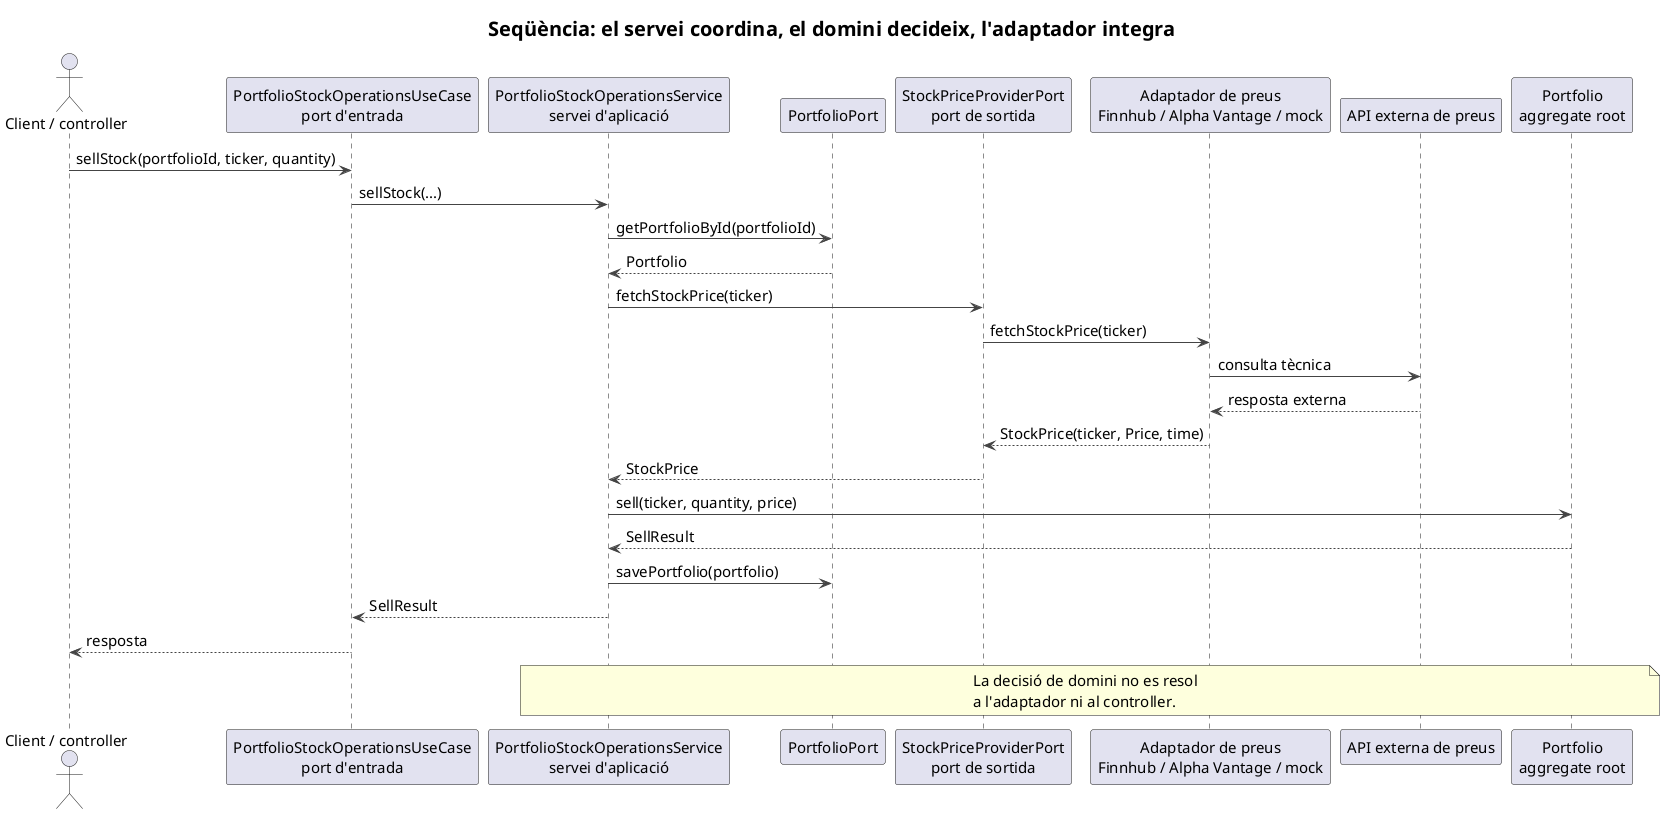
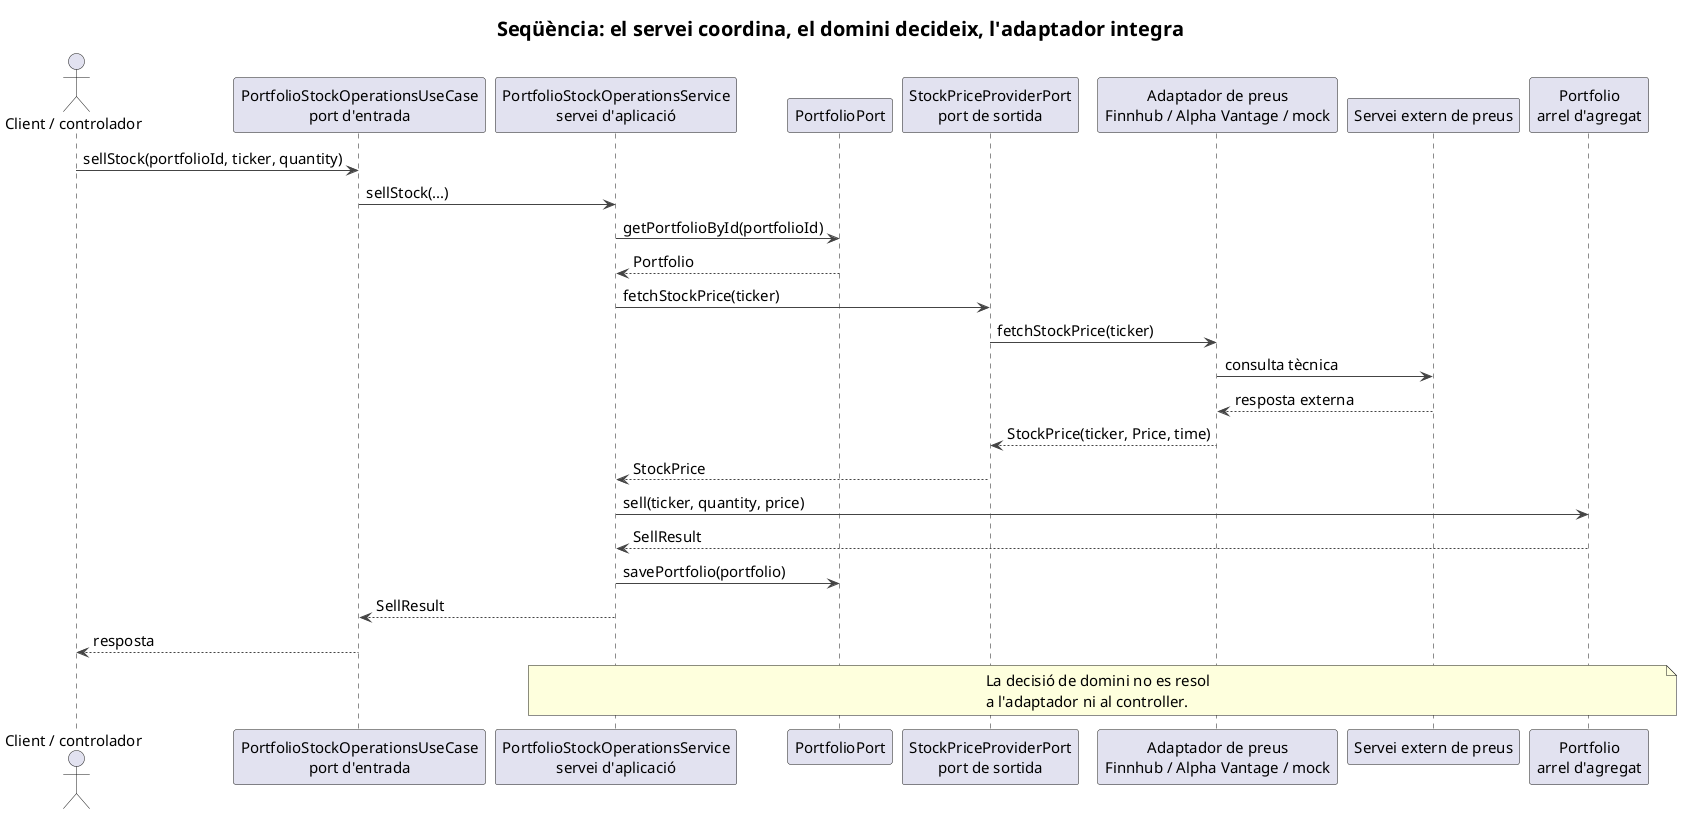
@startuml
title Seqüència: el servei coordina, el domini decideix, l'adaptador integra

skinparam backgroundColor #FFFFFF
skinparam shadowing false
skinparam defaultFontName Arial
skinparam defaultFontSize 15
skinparam titleFontSize 20
skinparam ArrowColor #444444

- actor "Client / controller" as Client
+ actor "Client / controlador" as Client
participant "PortfolioStockOperationsUseCase\nport d'entrada" as InPort
participant "PortfolioStockOperationsService\nservei d'aplicació" as Service
participant "PortfolioPort" as PortfolioPort
participant "StockPriceProviderPort\nport de sortida" as PricePort
participant "Adaptador de preus\nFinnhub / Alpha Vantage / mock" as Adapter
- participant "API externa de preus" as ExternalApi
- participant "Portfolio\naggregate root" as Portfolio
+ participant "Servei extern de preus" as ExternalApi
+ participant "Portfolio\narrel d'agregat" as Portfolio

Client -> InPort : sellStock(portfolioId, ticker, quantity)
InPort -> Service : sellStock(...)
Service -> PortfolioPort : getPortfolioById(portfolioId)
PortfolioPort --> Service : Portfolio
Service -> PricePort : fetchStockPrice(ticker)
PricePort -> Adapter : fetchStockPrice(ticker)
Adapter -> ExternalApi : consulta tècnica
ExternalApi --> Adapter : resposta externa
Adapter --> PricePort : StockPrice(ticker, Price, time)
PricePort --> Service : StockPrice
Service -> Portfolio : sell(ticker, quantity, price)
Portfolio --> Service : SellResult
Service -> PortfolioPort : savePortfolio(portfolio)
Service --> InPort : SellResult
InPort --> Client : resposta

note over Service,Portfolio
  La decisió de domini no es resol
  a l'adaptador ni al controller.
end note
@enduml
